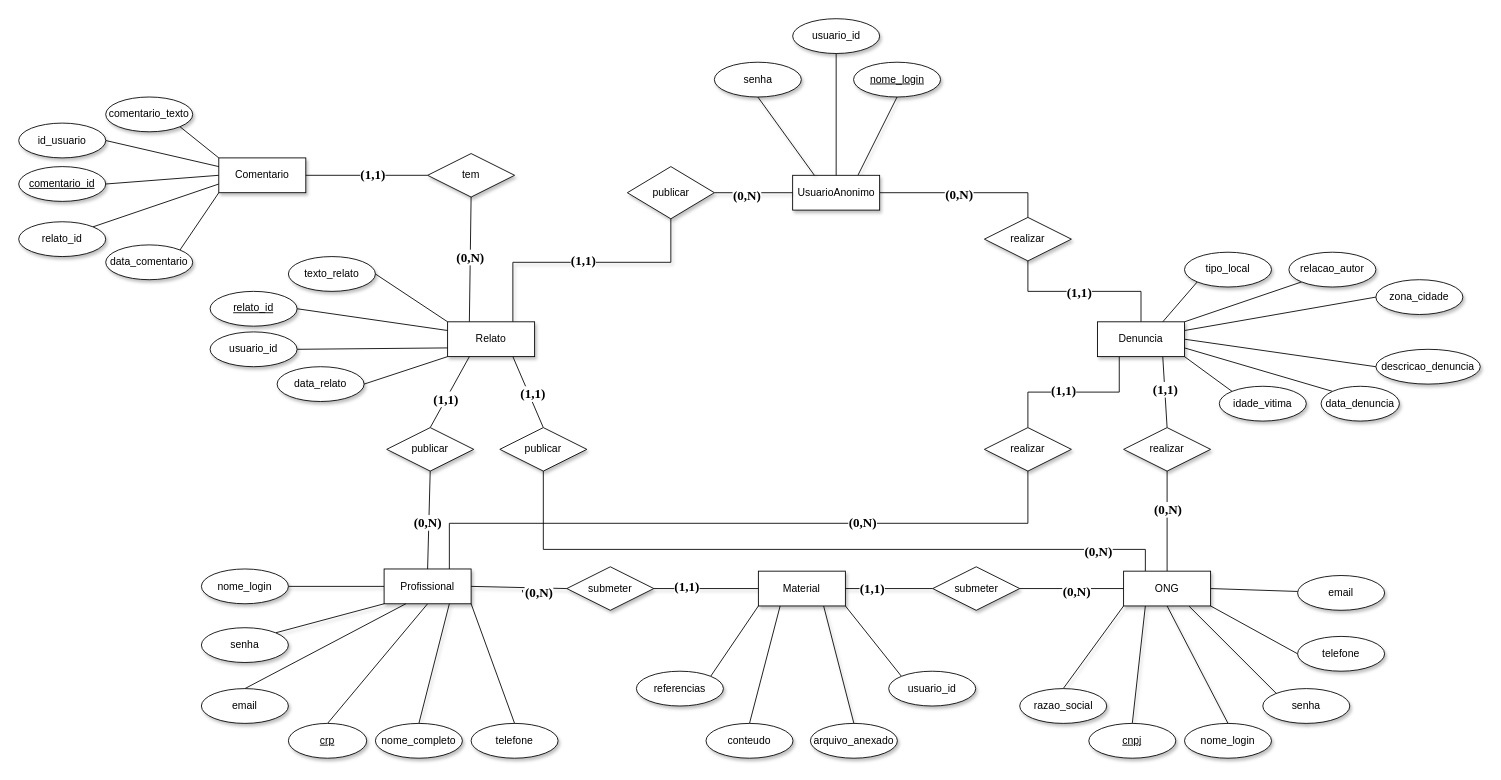
The draw.io diagram doc/bd/DAMA - Diagrama ER_05.drawio in Gioobarros/qualidade-software-dama, before the edit. Source tidied: cells renumbered, new cells numbered last; positions are measured from the earlier drawing's top-left corner, leaving out a move shared by most shapes. Both pictures are drawn from the tidied source at 87%, with x=0, y=0 at pixel (18, 18).
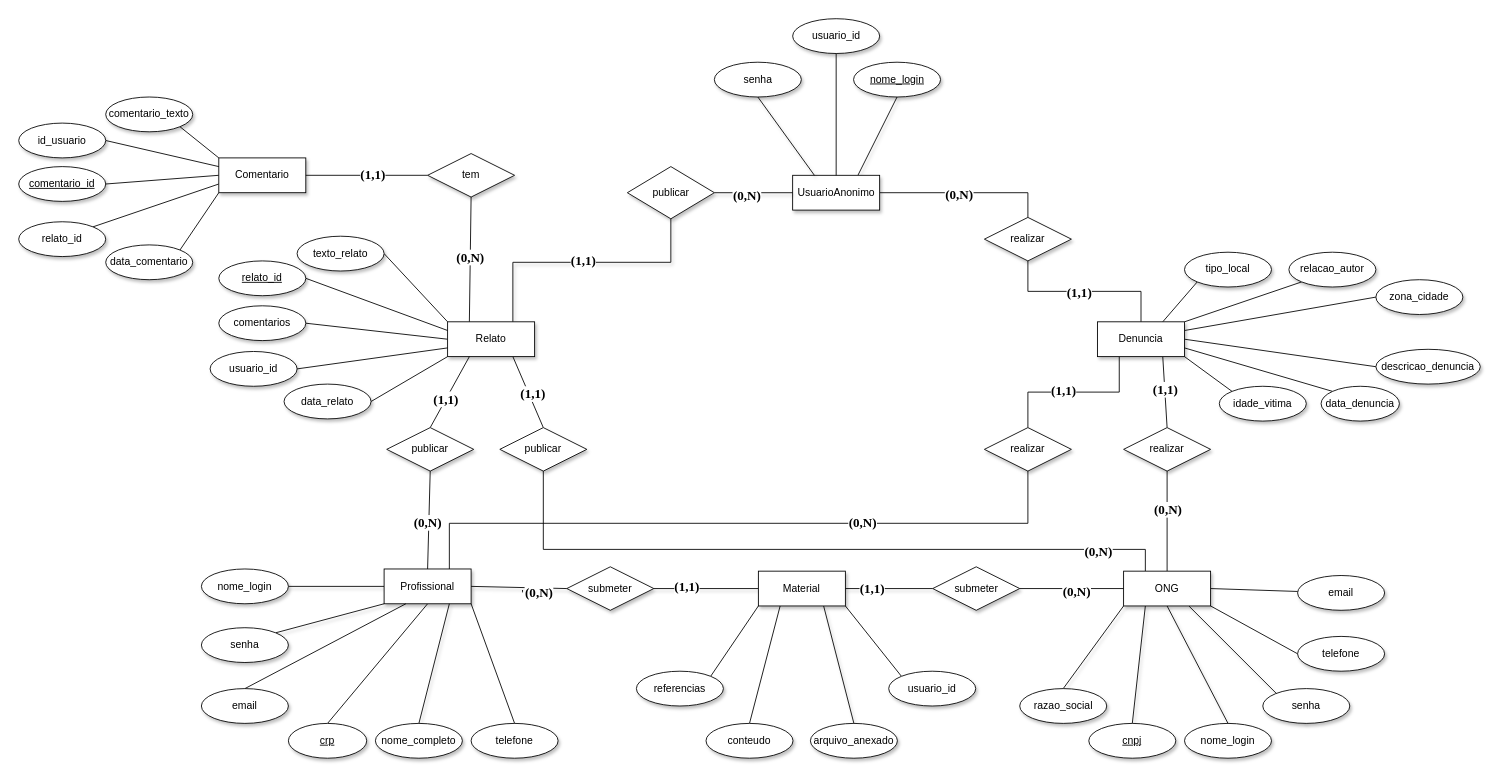
Above is the later version.

Commit message (it also covers changes not shown here):
criação do diagrama de classes e alteração no DER

The change refers to these unchanged cells:
```xml
<mxCell id="26" value="Relato" style="rounded=0;arcSize=10;whiteSpace=wrap;html=1;align=center;labelBackgroundColor=none;fillColor=default;strokeColor=default;fontColor=default;sketch=0;curveFitting=0;jiggle=0;shadow=1;fillStyle=auto;verticalAlign=middle;fontFamily=Helvetica;fontSize=12;" parent="1" vertex="1">
  <mxGeometry x="493" y="348.4" width="100" height="40" as="geometry" />
</mxCell>
```

Diff of the diagram source:
```diff
@@
+    <mxCell id="123" style="rounded=0;hachureGap=4;jettySize=auto;html=1;exitX=0;exitY=0.5;exitDx=0;exitDy=0;entryX=1;entryY=0.5;entryDx=0;entryDy=0;fontFamily=Architects Daughter;endArrow=none;endFill=0;" parent="1" edge="1" source="26" target="124">
+      <mxGeometry relative="1" as="geometry" />
+    </mxCell>
@@
     <mxCell id="66" value="texto_relato" style="ellipse;whiteSpace=wrap;html=1;align=center;labelBackgroundColor=none;fillColor=default;strokeColor=default;fontColor=default;rounded=0;sketch=0;curveFitting=0;jiggle=0;shadow=1;fillStyle=auto;verticalAlign=middle;fontFamily=Helvetica;fontSize=12;" parent="1" vertex="1">
-      <mxGeometry x="310" y="273.4" width="100" height="40" as="geometry" />
+      <mxGeometry x="320" y="250" width="100" height="40" as="geometry" />
     </mxCell>
@@
     <mxCell id="87" value="usuario_id" style="ellipse;whiteSpace=wrap;html=1;align=center;labelBackgroundColor=none;fillColor=default;strokeColor=default;fontColor=default;rounded=0;sketch=0;curveFitting=0;jiggle=0;shadow=1;fillStyle=auto;verticalAlign=middle;fontFamily=Helvetica;fontSize=12;" parent="1" vertex="1">
-      <mxGeometry x="220" y="360" width="100" height="40" as="geometry" />
+      <mxGeometry x="220" y="382.5" width="100" height="40" as="geometry" />
     </mxCell>
     <mxCell id="88" value="data_relato" style="ellipse;whiteSpace=wrap;html=1;align=center;labelBackgroundColor=none;fillColor=default;strokeColor=default;fontColor=default;rounded=0;sketch=0;curveFitting=0;jiggle=0;shadow=1;fillStyle=auto;verticalAlign=middle;fontFamily=Helvetica;fontSize=12;" parent="1" vertex="1">
-      <mxGeometry x="297" y="400" width="100" height="40" as="geometry" />
+      <mxGeometry x="305" y="420" width="100" height="40" as="geometry" />
     </mxCell>
@@
     <mxCell id="122" value="&lt;u&gt;relato_id&lt;/u&gt;" style="ellipse;whiteSpace=wrap;html=1;align=center;labelBackgroundColor=none;fillColor=default;strokeColor=default;fontColor=default;rounded=0;sketch=0;curveFitting=0;jiggle=0;shadow=1;fillStyle=auto;verticalAlign=middle;fontFamily=Helvetica;fontSize=12;" parent="1" vertex="1">
-      <mxGeometry x="220" y="313.4" width="100" height="40" as="geometry" />
+      <mxGeometry x="230" y="278.4" width="100" height="40" as="geometry" />
     </mxCell>
+    <mxCell id="124" value="comentarios" style="ellipse;whiteSpace=wrap;html=1;align=center;labelBackgroundColor=none;fillColor=default;strokeColor=default;fontColor=default;rounded=0;sketch=0;curveFitting=0;jiggle=0;shadow=1;fillStyle=auto;verticalAlign=middle;fontFamily=Helvetica;fontSize=12;" parent="1" vertex="1">
+      <mxGeometry x="230" y="330" width="100" height="40" as="geometry" />
+    </mxCell>
```
